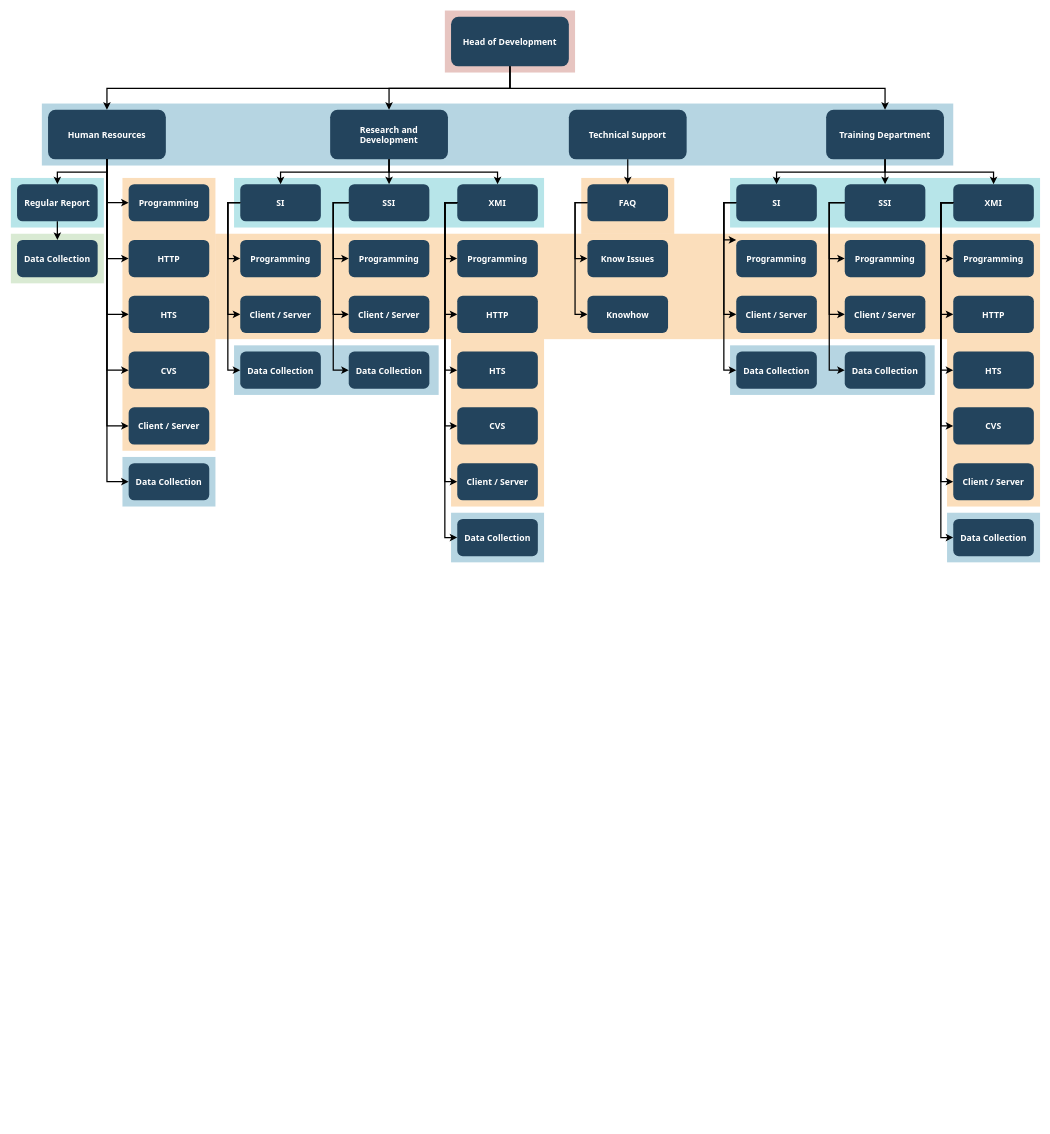
Earlier version of the draw.io diagram Diagrama sem nome.drawio (rder65/bancario). Source tidied: cells renumbered, new cells numbered last; positions are measured from the earlier drawing's top-left corner, leaving out a move shared by most shapes. Both pictures are drawn from the tidied source at 62%, with x=0, y=0 at pixel (11, 11).
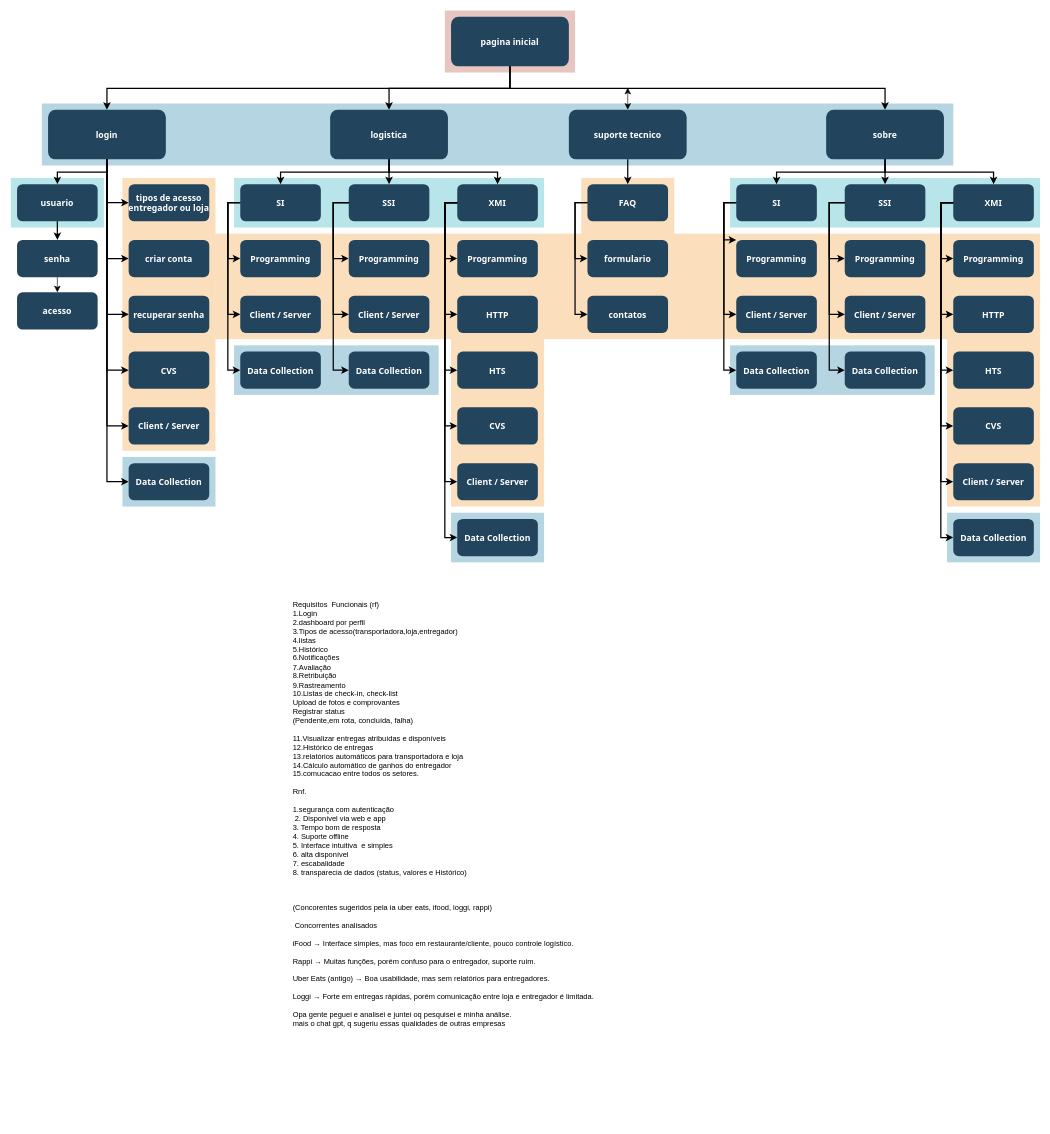
The same page after the edit.

Change to the diagram source:
```diff
@@
-    <mxCell id="14" style="fillColor=#D9EAD3;strokeColor=none;" parent="1" vertex="1">
-      <mxGeometry y="359.5" width="150" height="80" as="geometry" />
-    </mxCell>
@@
-    <mxCell id="18" value="Head of Development" style="rounded=1;fillColor=#23445D;gradientColor=none;strokeColor=none;fontColor=#FFFFFF;fontStyle=1;fontFamily=Tahoma;fontSize=14;" parent="1" vertex="1">
+    <mxCell id="18" value="pagina inicial" style="rounded=1;fillColor=#23445D;gradientColor=none;strokeColor=none;fontColor=#FFFFFF;fontStyle=1;fontFamily=Tahoma;fontSize=14;" parent="1" vertex="1">
       <mxGeometry x="710" y="9.5" width="190" height="80" as="geometry" />
     </mxCell>
-    <mxCell id="19" value="Training Department" style="rounded=1;fillColor=#23445D;gradientColor=none;strokeColor=none;fontColor=#FFFFFF;fontStyle=1;fontFamily=Tahoma;fontSize=14;" parent="1" vertex="1">
+    <mxCell id="19" value="sobre" style="rounded=1;fillColor=#23445D;gradientColor=none;strokeColor=none;fontColor=#FFFFFF;fontStyle=1;fontFamily=Tahoma;fontSize=14;" parent="1" vertex="1">
       <mxGeometry x="1315" y="159.5" width="190" height="80" as="geometry" />
     </mxCell>
@@
-    <mxCell id="21" value="Technical Support" style="rounded=1;fillColor=#23445D;gradientColor=none;strokeColor=none;fontColor=#FFFFFF;fontStyle=1;fontFamily=Tahoma;fontSize=14;" parent="1" vertex="1">
+    <mxCell id="21" value="suporte tecnico" style="rounded=1;fillColor=#23445D;gradientColor=none;strokeColor=none;fontColor=#FFFFFF;fontStyle=1;fontFamily=Tahoma;fontSize=14;" parent="1" vertex="1">
       <mxGeometry x="900" y="159.5" width="190" height="80" as="geometry" />
     </mxCell>
-    <mxCell id="22" value="Research and &#10;Development" style="rounded=1;fillColor=#23445D;gradientColor=none;strokeColor=none;fontColor=#FFFFFF;fontStyle=1;fontFamily=Tahoma;fontSize=14;" parent="1" vertex="1">
+    <mxCell id="22" value="logistica" style="rounded=1;fillColor=#23445D;gradientColor=none;strokeColor=none;fontColor=#FFFFFF;fontStyle=1;fontFamily=Tahoma;fontSize=14;" parent="1" vertex="1">
       <mxGeometry x="515" y="159.5" width="190" height="80" as="geometry" />
     </mxCell>
-    <mxCell id="23" value="Human Resources" style="rounded=1;fillColor=#23445D;gradientColor=none;strokeColor=none;fontColor=#FFFFFF;fontStyle=1;fontFamily=Tahoma;fontSize=14;" parent="1" vertex="1">
+    <mxCell id="23" value="login" style="rounded=1;fillColor=#23445D;gradientColor=none;strokeColor=none;fontColor=#FFFFFF;fontStyle=1;fontFamily=Tahoma;fontSize=14;" parent="1" vertex="1">
       <mxGeometry x="60" y="159.5" width="190" height="80" as="geometry" />
     </mxCell>
-    <mxCell id="24" value="Regular Report" style="rounded=1;fillColor=#23445D;gradientColor=none;strokeColor=none;fontColor=#FFFFFF;fontStyle=1;fontFamily=Tahoma;fontSize=14;" parent="1" vertex="1">
+    <mxCell id="24" value="usuario" style="rounded=1;fillColor=#23445D;gradientColor=none;strokeColor=none;fontColor=#FFFFFF;fontStyle=1;fontFamily=Tahoma;fontSize=14;" parent="1" vertex="1">
       <mxGeometry x="10" y="279.5" width="130" height="60" as="geometry" />
     </mxCell>
+    <mxCell id="108" style="edgeStyle=none;curved=1;rounded=0;jettySize=auto;html=1;fontSize=12;startSize=8;endSize=8;" parent="1" edge="1" source="25" target="110">
+      <mxGeometry relative="1" as="geometry" />
+    </mxCell>
-    <mxCell id="25" value="Data Collection" style="rounded=1;fillColor=#23445D;gradientColor=none;strokeColor=none;fontColor=#FFFFFF;fontStyle=1;fontFamily=Tahoma;fontSize=14;" parent="1" vertex="1">
+    <mxCell id="25" value="senha" style="rounded=1;fillColor=#23445D;gradientColor=none;strokeColor=none;fontColor=#FFFFFF;fontStyle=1;fontFamily=Tahoma;fontSize=14;" parent="1" vertex="1">
       <mxGeometry x="10" y="369.5" width="130" height="60" as="geometry" />
     </mxCell>
-    <mxCell id="26" value="Programming" style="rounded=1;fillColor=#23445D;gradientColor=none;strokeColor=none;fontColor=#FFFFFF;fontStyle=1;fontFamily=Tahoma;fontSize=14;" parent="1" vertex="1">
+    <mxCell id="26" value="tipos de acesso&#10;entregador ou loja" style="rounded=1;fillColor=#23445D;gradientColor=none;strokeColor=none;fontColor=#FFFFFF;fontStyle=1;fontFamily=Tahoma;fontSize=14;" parent="1" vertex="1">
       <mxGeometry x="190" y="279.5" width="130" height="60" as="geometry" />
     </mxCell>
-    <mxCell id="27" value="HTTP" style="rounded=1;fillColor=#23445D;gradientColor=none;strokeColor=none;fontColor=#FFFFFF;fontStyle=1;fontFamily=Tahoma;fontSize=14;" parent="1" vertex="1">
+    <mxCell id="27" value="criar conta" style="rounded=1;fillColor=#23445D;gradientColor=none;strokeColor=none;fontColor=#FFFFFF;fontStyle=1;fontFamily=Tahoma;fontSize=14;" parent="1" vertex="1">
       <mxGeometry x="190" y="369.5" width="130" height="60" as="geometry" />
     </mxCell>
-    <mxCell id="28" value="HTS" style="rounded=1;fillColor=#23445D;gradientColor=none;strokeColor=none;fontColor=#FFFFFF;fontStyle=1;fontFamily=Tahoma;fontSize=14;" parent="1" vertex="1">
+    <mxCell id="28" value="recuperar senha" style="rounded=1;fillColor=#23445D;gradientColor=none;strokeColor=none;fontColor=#FFFFFF;fontStyle=1;fontFamily=Tahoma;fontSize=14;" parent="1" vertex="1">
       <mxGeometry x="190" y="459.5" width="130" height="60" as="geometry" />
     </mxCell>
@@
-    <mxCell id="48" value="Know Issues" style="rounded=1;fillColor=#23445D;gradientColor=none;strokeColor=none;fontColor=#FFFFFF;fontStyle=1;fontFamily=Tahoma;fontSize=14;" parent="1" vertex="1">
+    <mxCell id="48" value="formulario" style="rounded=1;fillColor=#23445D;gradientColor=none;strokeColor=none;fontColor=#FFFFFF;fontStyle=1;fontFamily=Tahoma;fontSize=14;" parent="1" vertex="1">
       <mxGeometry x="930" y="369.5" width="130" height="60" as="geometry" />
     </mxCell>
-    <mxCell id="49" value="Knowhow" style="rounded=1;fillColor=#23445D;gradientColor=none;strokeColor=none;fontColor=#FFFFFF;fontStyle=1;fontFamily=Tahoma;fontSize=14;" parent="1" vertex="1">
+    <mxCell id="49" value="contatos" style="rounded=1;fillColor=#23445D;gradientColor=none;strokeColor=none;fontColor=#FFFFFF;fontStyle=1;fontFamily=Tahoma;fontSize=14;" parent="1" vertex="1">
       <mxGeometry x="930" y="459.5" width="130" height="60" as="geometry" />
     </mxCell>
@@
+    <mxCell id="109" style="endArrow=classic;startArrow=classic;html=1;rounded=0;fontSize=12;startSize=8;endSize=8;curved=1;exitX=0.5;exitY=0;exitDx=0;exitDy=0;" parent="1" edge="1" source="21">
+      <mxGeometry relative="1" as="geometry">
+        <mxPoint x="995" y="124" as="targetPoint" />
+      </mxGeometry>
+    </mxCell>
+    <mxCell id="110" value="acesso" style="rounded=1;fillColor=#23445D;gradientColor=none;strokeColor=none;fontColor=#FFFFFF;fontStyle=1;fontFamily=Tahoma;fontSize=14;" parent="1" vertex="1">
+      <mxGeometry x="10" y="454" width="130" height="60" as="geometry" />
+    </mxCell>
+    <mxCell id="111" value="Requisitos  Funcionais (rf)&#10;1.Login &#10;2.dashboard por perfil &#10;3.Tipos de acesso(transportadora,loja,entregador)&#10;4.listas&#10;5.Histórico &#10;6.Notificações &#10;7.Avaliação &#10;8.Retribuição &#10;9.Rastreamento &#10;10.Listas de check-in, check-list &#10;Upload de fotos e comprovantes&#10;Registrar status&#10;(Pendente,em rota, concluída, falha)&#10;&#10;11.Visualizar entregas atribuídas e disponíveis &#10;12.Histórico de entregas &#10;13.relatórios automáticos para transportadora e loja&#10;14.Cálculo automático de ganhos do entregador&#10;15.comucacao entre todos os setores.&#10;&#10;Rnf.&#10;&#10;1.segurança com autenticação &#10; 2. Disponível via web e app&#10;3. Tempo bom de resposta&#10;4. Suporte offline&#10;5. Interface intuitiva  e simples &#10;6. alta disponível &#10;7. escabalidade&#10;8. transparecia de dados (status, valores e Histórico)&#10;&#10;&#10;&#10;(Concorentes sugeridos pela ia uber eats, ifood, loggi, rappi)&#10;&#10; Concorrentes analisados&#10;&#10;iFood → Interface simples, mas foco em restaurante/cliente, pouco controle logístico.&#10;&#10;Rappi → Muitas funções, porém confuso para o entregador, suporte ruim.&#10;&#10;Uber Eats (antigo) → Boa usabilidade, mas sem relatórios para entregadores.&#10;&#10;Loggi → Forte em entregas rápidas, porém comunicação entre loja e entregador é limitada.&#10;&#10;Opa gente peguei e analisei e juntei oq pesquisei e minha análise.&#10;mais o chat gpt, q sugeriu essas qualidades de outras empresas" style="text;whiteSpace=wrap;" parent="1" vertex="1">
+      <mxGeometry x="453" y="944" width="900" height="850" as="geometry" />
+    </mxCell>
```
